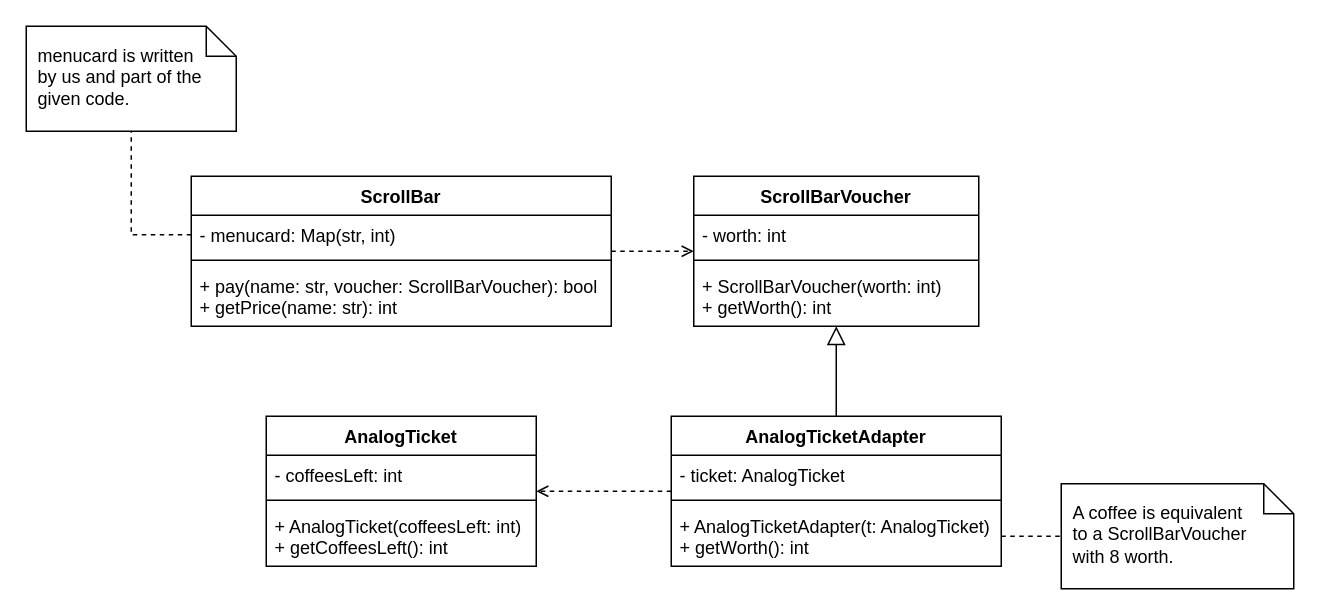
TheisHS/Thesis keeps this draw.io diagram as page "Page-1" (1 of 2) of Experiment2/img/UML-diagrams.drawio. Above is the earlier version. Source tidied: cells renumbered, new cells numbered last; positions are measured from the earlier drawing's top-left corner, leaving out a move shared by most shapes. Both pictures are drawn from the tidied source at 150%, with x=0, y=0 at pixel (26, 26).
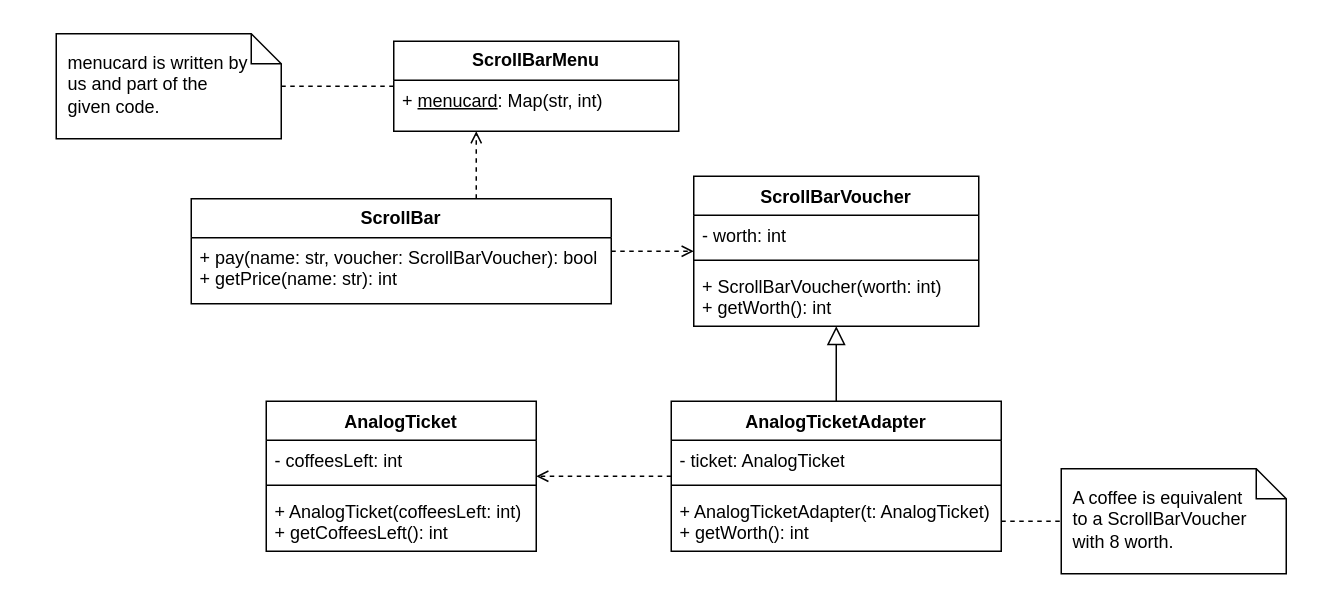
Above is the later version.

What changed in the source:
```diff
@@
     <mxCell id="4" value="AnalogTicket" style="swimlane;fontStyle=1;align=center;verticalAlign=top;horizontal=1;startSize=26;whiteSpace=wrap;html=1;" parent="1" vertex="1">
-      <mxGeometry x="160" y="260" width="180" height="100" as="geometry" />
+      <mxGeometry x="160" y="250" width="180" height="100" as="geometry" />
     </mxCell>
@@
     <mxCell id="8" value="AnalogTicketAdapter" style="swimlane;fontStyle=1;align=center;verticalAlign=top;horizontal=1;startSize=26;whiteSpace=wrap;html=1;" parent="1" vertex="1">
-      <mxGeometry x="430" y="260" width="220" height="100" as="geometry" />
+      <mxGeometry x="430" y="250" width="220" height="100" as="geometry" />
     </mxCell>
@@
-    <mxCell id="16" value="ScrollBar" style="swimlane;fontStyle=1;align=center;verticalAlign=top;horizontal=1;startSize=26;whiteSpace=wrap;html=1;" parent="1" vertex="1">
-      <mxGeometry x="110" y="100" width="280" height="100" as="geometry" />
-    </mxCell>
-    <mxCell id="17" value="- menucard: Map(str, int)" style="text;strokeColor=none;fillColor=none;align=left;verticalAlign=top;spacingLeft=4;spacingRight=4;overflow=hidden;points=[[0,0.5],[1,0.5]];portConstraint=eastwest;whiteSpace=wrap;html=1;" parent="16" vertex="1">
-      <mxGeometry y="26" width="280" height="26" as="geometry" />
-    </mxCell>
-    <mxCell id="18" style="line;strokeWidth=1;fillColor=none;align=left;verticalAlign=middle;spacingTop=-1;spacingLeft=3;spacingRight=3;labelPosition=right;strokeColor=inherit;" parent="16" vertex="1">
-      <mxGeometry y="52" width="280" height="8" as="geometry" />
-    </mxCell>
-    <mxCell id="19" value="+ pay(name: str, voucher: ScrollBarVoucher): bool&lt;div&gt;+ getPrice(name: str): int&lt;/div&gt;" style="text;strokeColor=none;fillColor=none;align=left;verticalAlign=top;spacingLeft=4;spacingRight=4;overflow=hidden;whiteSpace=wrap;html=1;" parent="16" vertex="1">
-      <mxGeometry y="60" width="280" height="40" as="geometry" />
-    </mxCell>
@@
     <mxCell id="21" value="menucard is written by us and part of the given code." style="shape=note;size=20;whiteSpace=wrap;html=1;hachureGap=4;fontFamily=Helvetica;align=left;spacingLeft=6;spacingBottom=6;spacingTop=3;spacingRight=21;" parent="1" vertex="1">
-      <mxGeometry width="140" height="70" as="geometry" />
+      <mxGeometry x="20" y="5" width="150" height="70" as="geometry" />
     </mxCell>
-    <mxCell id="22" style="edgeStyle=orthogonalEdgeStyle;rounded=0;jettySize=auto;html=1;endArrow=none;startFill=0;dashed=1;" parent="1" edge="1" source="17" target="21">
+    <mxCell id="22" style="edgeStyle=orthogonalEdgeStyle;rounded=0;jettySize=auto;html=1;endArrow=none;startFill=0;dashed=1;" parent="1" edge="1" source="25" target="21">
       <mxGeometry relative="1" as="geometry" />
     </mxCell>
     <mxCell id="23" value="A coffee is equivalent to a ScrollBarVoucher with 8 worth." style="shape=note;size=20;whiteSpace=wrap;html=1;hachureGap=4;fontFamily=Helvetica;align=left;spacingLeft=6;spacingBottom=6;spacingTop=3;spacingRight=21;" parent="1" vertex="1">
-      <mxGeometry x="690" y="305" width="155" height="70" as="geometry" />
+      <mxGeometry x="690" y="295" width="150" height="70" as="geometry" />
     </mxCell>
@@
+    <mxCell id="16" value="&lt;b&gt;ScrollBar&lt;/b&gt;" style="swimlane;fontStyle=0;horizontal=1;startSize=26;fillColor=none;whiteSpace=wrap;html=1;" parent="1" vertex="1">
+      <mxGeometry x="110" y="115" width="280" height="70" as="geometry" />
+    </mxCell>
+    <mxCell id="19" value="+ pay(name: str, voucher: ScrollBarVoucher): bool&lt;div&gt;+ getPrice(name: str): int&lt;/div&gt;" style="text;strokeColor=none;fillColor=none;align=left;verticalAlign=top;spacingLeft=4;spacingRight=4;overflow=hidden;whiteSpace=wrap;html=1;" parent="16" vertex="1">
+      <mxGeometry y="26" width="280" height="44" as="geometry" />
+    </mxCell>
+    <mxCell id="25" value="&lt;b&gt;ScrollBarMenu&lt;/b&gt;" style="swimlane;fontStyle=0;horizontal=1;startSize=26;whiteSpace=wrap;html=1;" parent="1" vertex="1">
+      <mxGeometry x="245" y="10" width="190" height="60" as="geometry" />
+    </mxCell>
+    <mxCell id="26" value="+&amp;nbsp;&lt;u&gt;menucard&lt;/u&gt;: Map(str, int)" style="text;strokeColor=none;fillColor=none;align=left;verticalAlign=top;spacingLeft=4;spacingRight=4;overflow=hidden;whiteSpace=wrap;html=1;" parent="25" vertex="1">
+      <mxGeometry y="26" width="190" height="34" as="geometry" />
+    </mxCell>
+    <mxCell id="27" style="edgeStyle=orthogonalEdgeStyle;rounded=0;jettySize=auto;html=1;dashed=1;endArrow=open;endFill=0;" parent="1" edge="1" source="16" target="25">
+      <mxGeometry relative="1" as="geometry">
+        <Array as="points">
+          <mxPoint x="300" y="90" />
+          <mxPoint x="300" y="90" />
+        </Array>
+      </mxGeometry>
+    </mxCell>
```
